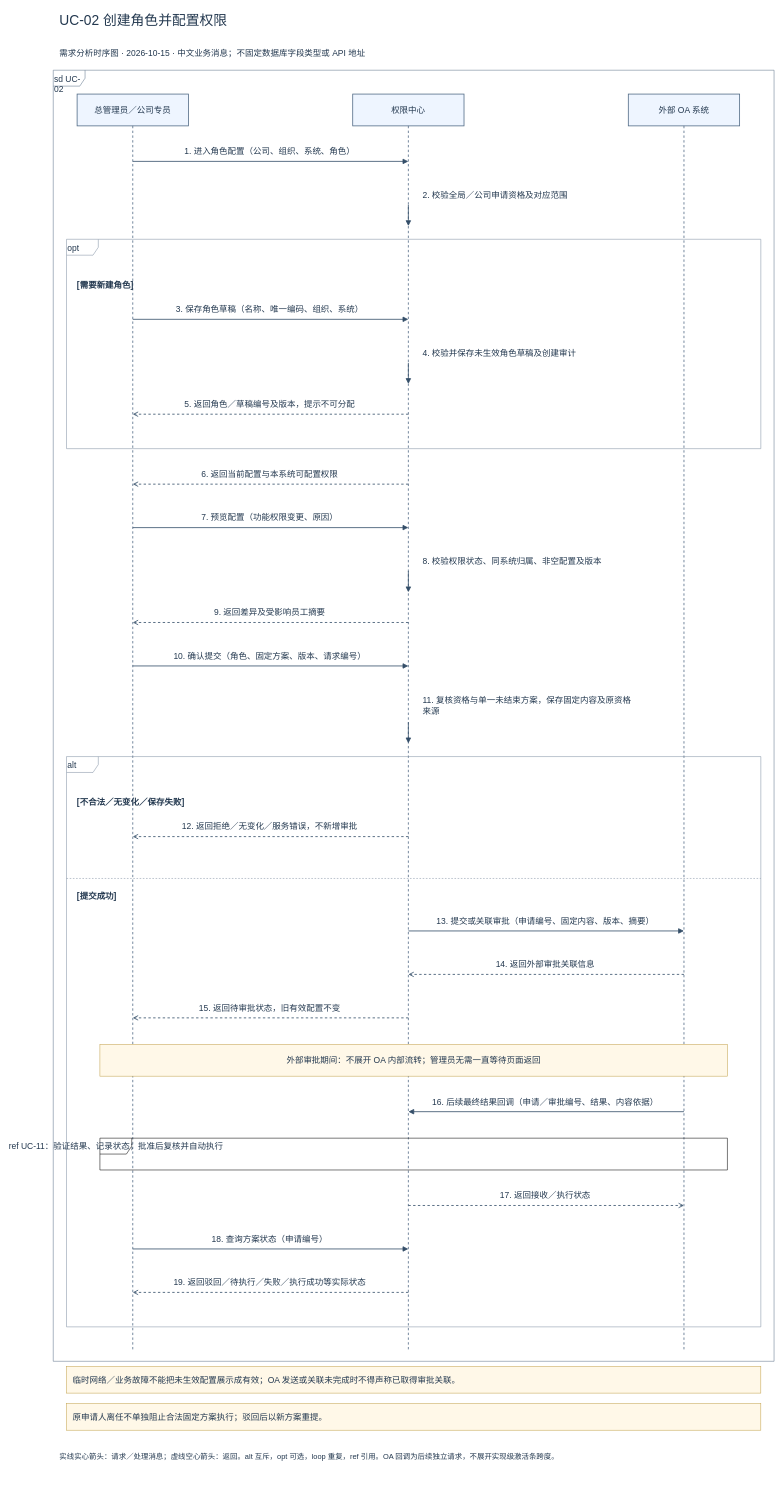
This is page "UC-02 创建角色并配置权限" (2 of 18) of docs/sequences-v1/权限管理系统_全部时序图.drawio from Noah-hope/RBAC-admin, a draw.io file, before an edit. Source tidied: cells renumbered, new cells numbered last; positions are measured from the earlier drawing's top-left corner, leaving out a move shared by most shapes. Both pictures are drawn from the tidied source at 53%, with x=0, y=0 at pixel (53, 9).
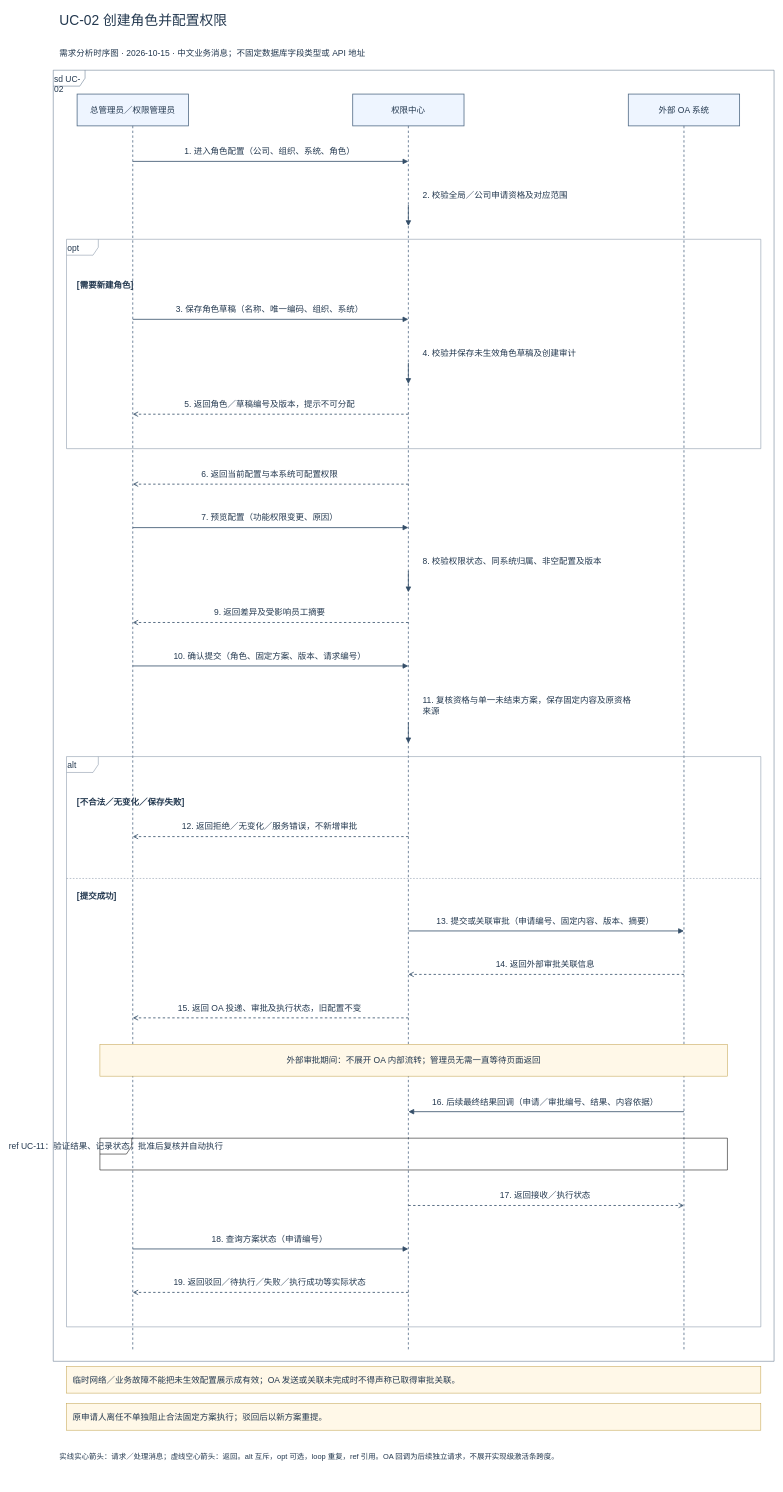
The same diagram, later.

What changed in the source:
```diff
@@
-    <mxCell id="5" value="总管理员／公司专员" style="html=1;fontFamily=Microsoft YaHei;fontSize=16;fontColor=#23384f;shape=umlLifeline;perimeter=lifelinePerimeter;size=60;align=center;verticalAlign=top;spacingTop=15;whiteSpace=wrap;fillColor=#eef5ff;strokeColor=#526b86;strokeWidth=1.5;" parent="1" vertex="1">
+    <mxCell id="5" value="总管理员／权限管理员" style="html=1;fontFamily=Microsoft YaHei;fontSize=16;fontColor=#23384f;shape=umlLifeline;perimeter=lifelinePerimeter;size=60;align=center;verticalAlign=top;spacingTop=15;whiteSpace=wrap;fillColor=#eef5ff;strokeColor=#526b86;strokeWidth=1.5;" parent="1" vertex="1">
       <mxGeometry x="45" y="160" width="210" height="2371" as="geometry" />
     </mxCell>
@@
-    <mxCell id="43" value="15. 返回待审批状态，旧有效配置不变" style="html=1;fontFamily=Microsoft YaHei;fontSize=16;fontColor=#23384f;text;align=center;verticalAlign=middle;fillColor=#ffffff;strokeColor=none;" parent="1" vertex="1">
+    <mxCell id="43" value="15. 返回 OA 投递、审批及执行状态，旧配置不变" style="html=1;fontFamily=Microsoft YaHei;fontSize=16;fontColor=#23384f;text;align=center;verticalAlign=middle;fillColor=#ffffff;strokeColor=none;" parent="1" vertex="1">
       <mxGeometry x="175" y="1872" width="465" height="24" as="geometry" />
     </mxCell>
```
